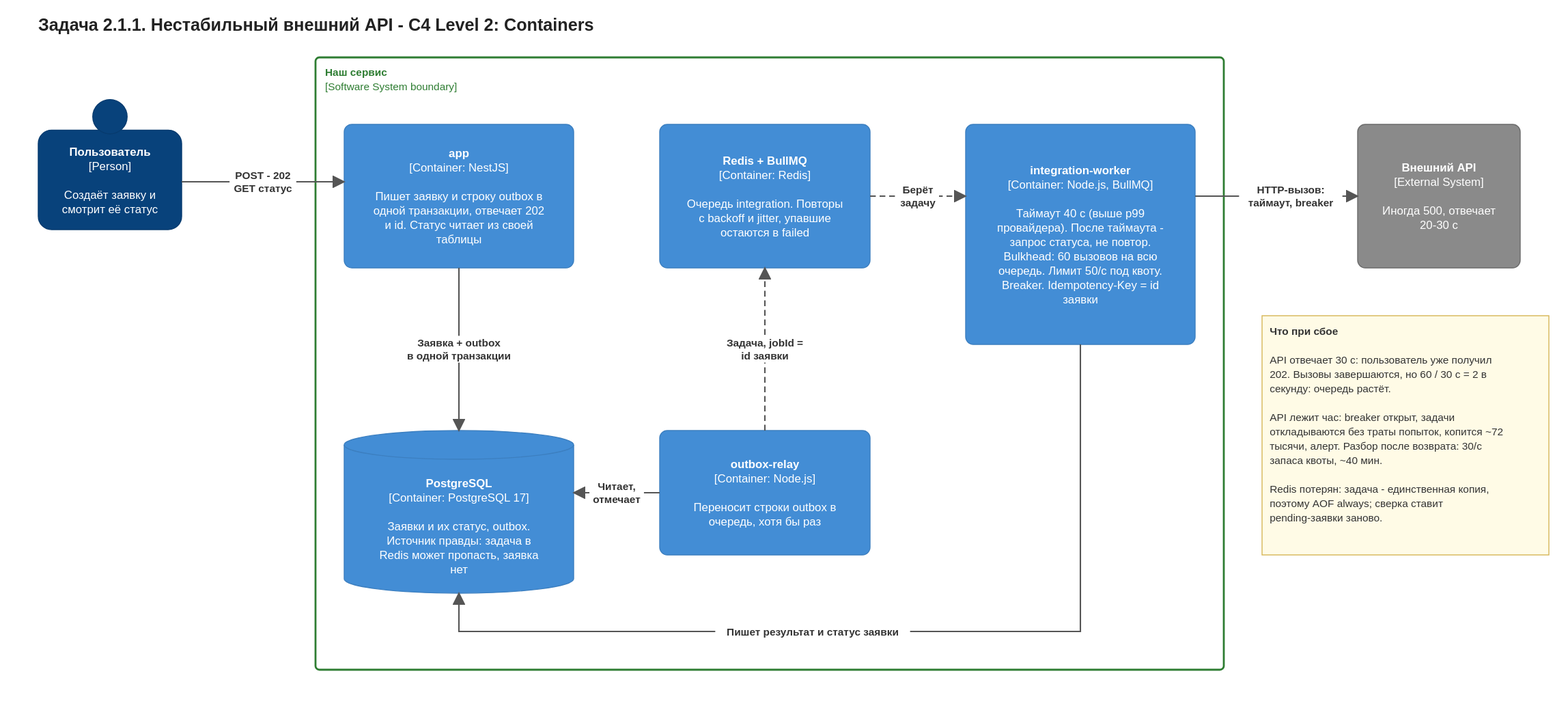
This is docs/highload/unstable-api.drawio.svg from Elaman19/system-design, a draw.io export, as it was before one commit. Source tidied: cells renumbered, new cells last; positions are measured from the earlier drawing's top-left corner, leaving out a move shared by most shapes.
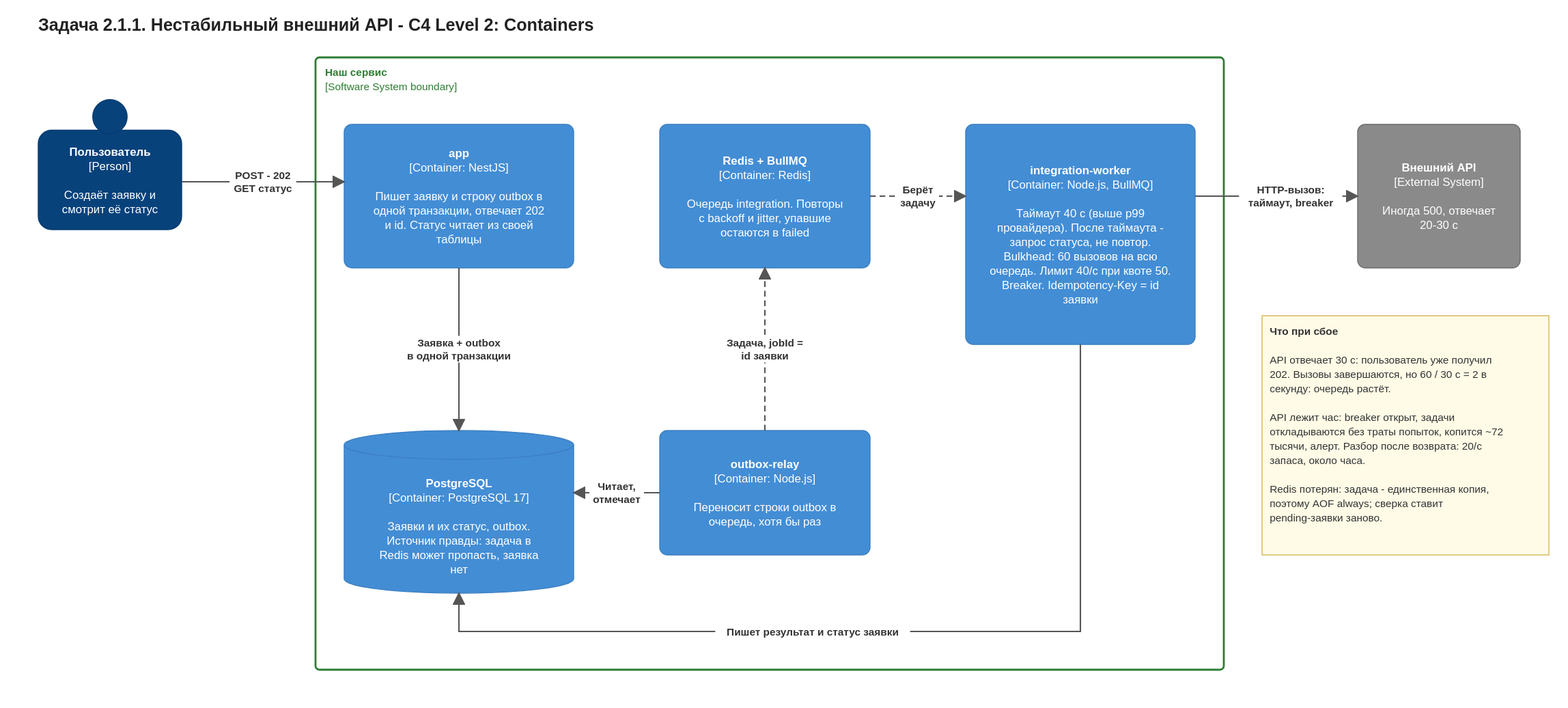
The same file after the commit.

What changed in the source:
```diff
@@ -17,7 +17,7 @@
     <mxCell id="6" value="&lt;b&gt;Redis + BullMQ&lt;/b&gt;&lt;br&gt;[Container: Redis]&lt;br&gt;&lt;br&gt;Очередь integration. Повторы с backoff и jitter, упавшие остаются в failed" style="fontFamily=Helvetica;html=1;whiteSpace=wrap;fontSize=12;rounded=1;arcSize=8;fillColor=#438dd5;strokeColor=#3c7fc0;fontColor=#ffffff;" parent="1" vertex="1">
       <mxGeometry x="650" y="116" width="220" height="150" as="geometry" />
     </mxCell>
-    <mxCell id="7" value="&lt;b&gt;integration-worker&lt;/b&gt;&lt;br&gt;[Container: Node.js, BullMQ]&lt;br&gt;&lt;br&gt;Таймаут 40 с (выше p99 провайдера). После таймаута - запрос статуса, не повтор. Bulkhead: 60 вызовов на всю очередь. Лимит 50/с под квоту. Breaker. Idempotency-Key = id заявки" style="fontFamily=Helvetica;html=1;whiteSpace=wrap;fontSize=12;rounded=1;arcSize=8;fillColor=#438dd5;strokeColor=#3c7fc0;fontColor=#ffffff;" parent="1" vertex="1">
+    <mxCell id="7" value="&lt;b&gt;integration-worker&lt;/b&gt;&lt;br&gt;[Container: Node.js, BullMQ]&lt;br&gt;&lt;br&gt;Таймаут 40 с (выше p99 провайдера). После таймаута - запрос статуса, не повтор. Bulkhead: 60 вызовов на всю очередь. Лимит 40/с при квоте 50. Breaker. Idempotency-Key = id заявки" style="fontFamily=Helvetica;html=1;whiteSpace=wrap;fontSize=12;rounded=1;arcSize=8;fillColor=#438dd5;strokeColor=#3c7fc0;fontColor=#ffffff;" parent="1" vertex="1">
       <mxGeometry x="970" y="116" width="240" height="230" as="geometry" />
     </mxCell>
     <mxCell id="8" value="&lt;b&gt;PostgreSQL&lt;/b&gt;&lt;br&gt;[Container: PostgreSQL 17]&lt;br&gt;&lt;br&gt;Заявки и их статус, outbox. Источник правды: задача в Redis может пропасть, заявка нет" style="fontFamily=Helvetica;html=1;whiteSpace=wrap;fontSize=12;shape=cylinder3;boundedLbl=1;backgroundOutline=1;size=15;fillColor=#438dd5;strokeColor=#3c7fc0;fontColor=#ffffff;" parent="1" vertex="1">
@@ -29,7 +29,7 @@
     <mxCell id="10" value="&lt;b&gt;Внешний API&lt;/b&gt;&lt;br&gt;[External System]&lt;br&gt;&lt;br&gt;Иногда 500, отвечает 20-30 с" style="fontFamily=Helvetica;html=1;whiteSpace=wrap;fontSize=12;rounded=1;arcSize=8;fillColor=#8a8a8a;strokeColor=#6b6b6b;fontColor=#ffffff;" parent="1" vertex="1">
       <mxGeometry x="1380" y="116" width="170" height="150" as="geometry" />
     </mxCell>
-    <mxCell id="11" value="&lt;b&gt;Что при сбое&lt;/b&gt;&lt;br&gt;&lt;br&gt;API отвечает 30 с: пользователь уже получил 202. Вызовы завершаются, но 60 / 30 с = 2 в секунду: очередь растёт.&lt;br&gt;&lt;br&gt;API лежит час: breaker открыт, задачи откладываются без траты попыток, копится ~72 тысячи, алерт. Разбор после возврата: 30/с запаса квоты, ~40 мин.&lt;br&gt;&lt;br&gt;Redis потерян: задача - единственная копия, поэтому AOF always; сверка ставит pending-заявки заново." style="fontFamily=Helvetica;html=1;whiteSpace=wrap;fontSize=12;rounded=0;fillColor=#fffbe6;strokeColor=#d6b656;fontColor=#333333;align=left;verticalAlign=top;spacing=8;fontSize=11;" parent="1" vertex="1">
+    <mxCell id="11" value="&lt;b&gt;Что при сбое&lt;/b&gt;&lt;br&gt;&lt;br&gt;API отвечает 30 с: пользователь уже получил 202. Вызовы завершаются, но 60 / 30 с = 2 в секунду: очередь растёт.&lt;br&gt;&lt;br&gt;API лежит час: breaker открыт, задачи откладываются без траты попыток, копится ~72 тысячи, алерт. Разбор после возврата: 20/с запаса, около часа.&lt;br&gt;&lt;br&gt;Redis потерян: задача - единственная копия, поэтому AOF always; сверка ставит pending-заявки заново." style="fontFamily=Helvetica;html=1;whiteSpace=wrap;fontSize=12;rounded=0;fillColor=#fffbe6;strokeColor=#d6b656;fontColor=#333333;align=left;verticalAlign=top;spacing=8;fontSize=11;" parent="1" vertex="1">
       <mxGeometry x="1280" y="316" width="300" height="250" as="geometry" />
     </mxCell>
     <mxCell id="12" value="&lt;b&gt;POST - 202&lt;br&gt;GET статус&lt;/b&gt;" style="fontFamily=Helvetica;html=1;whiteSpace=wrap;fontSize=11;rounded=0;endArrow=blockThin;endFill=1;strokeColor=#555555;strokeWidth=1.5;fontColor=#333333;labelBackgroundColor=#ffffff;exitX=1.0;exitY=0.519;entryX=0.0;entryY=0.4;" parent="1" edge="1" source="4" target="5">
```
